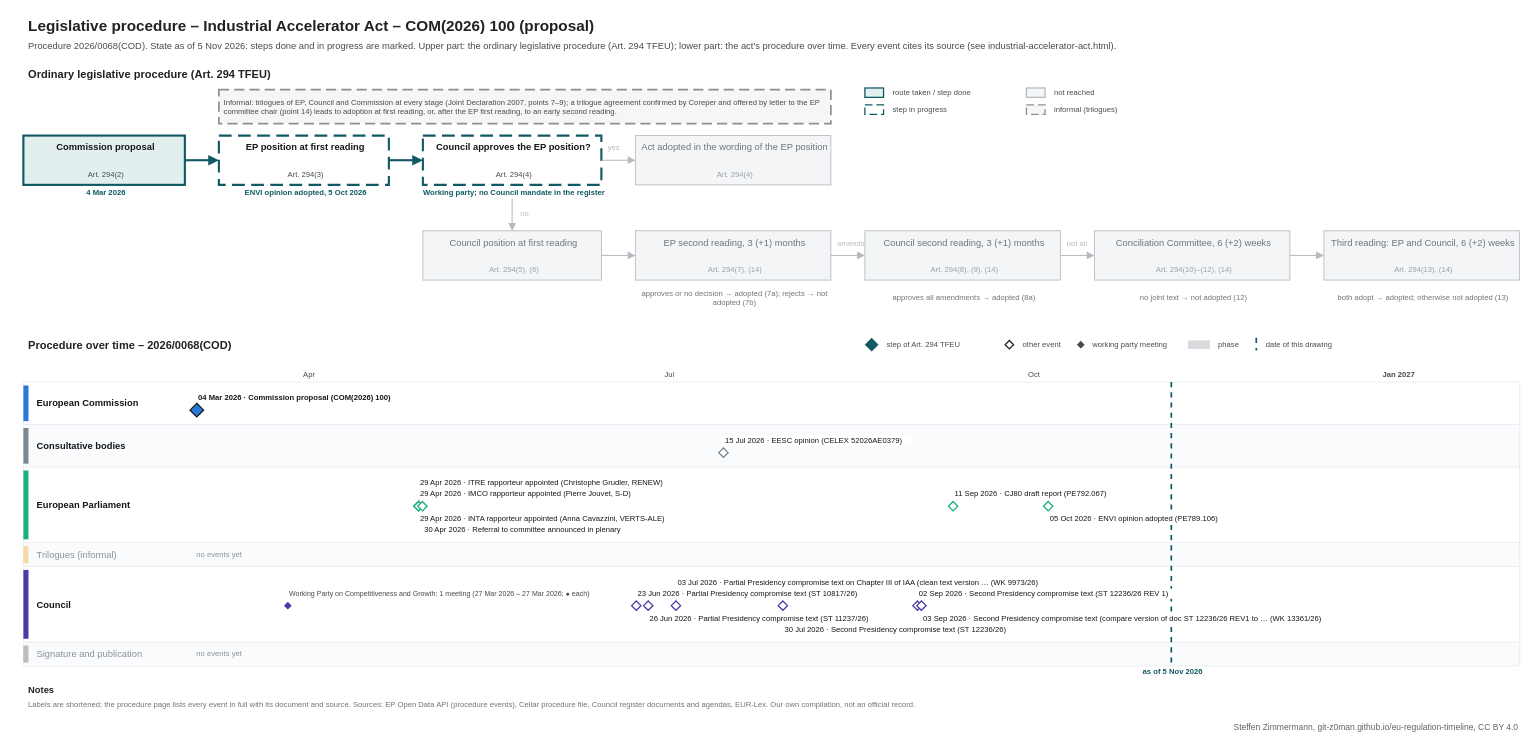
Above: procedures/industrial-accelerator-act.drawio in git-z0man/eu-regulation-timeline (draw.io), before the change. Source tidied: cells renumbered, new cells numbered last; positions are measured from the earlier drawing's top-left corner, leaving out a move shared by most shapes. Both pictures are drawn from the tidied source at 85%, with x=0, y=0 at pixel (14, 14).
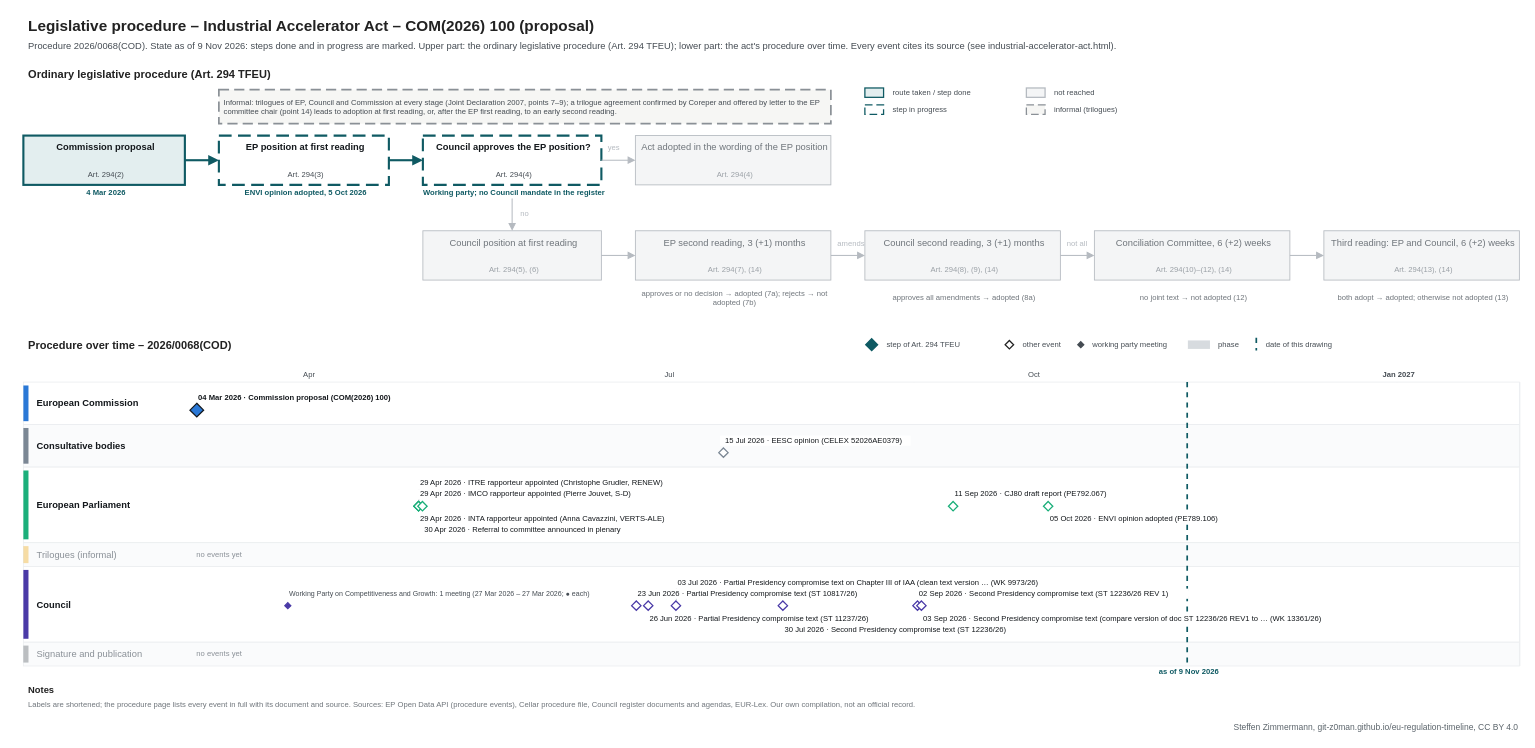
After the change.

Change to the diagram source:
```diff
@@
-    <mxCell id="3" value="Procedure 2026/0068(COD). State as of 5 Nov 2026: steps done and in progress are marked. Upper part: the ordinary legislative procedure (Art. 294 TFEU); lower part: the act's procedure over time. Every event cites its source (see industrial-accelerator-act.html)." style="text;html=1;fontSize=11;fontColor=#454c53;align=left;verticalAlign=middle;spacingLeft=4;" parent="1" vertex="1">
+    <mxCell id="3" value="Procedure 2026/0068(COD). State as of 9 Nov 2026: steps done and in progress are marked. Upper part: the ordinary legislative procedure (Art. 294 TFEU); lower part: the act's procedure over time. Every event cites its source (see industrial-accelerator-act.html)." style="text;html=1;fontSize=11;fontColor=#454c53;align=left;verticalAlign=middle;spacingLeft=4;" parent="1" vertex="1">
       <mxGeometry x="10" y="28" width="1700" height="18" as="geometry" />
     </mxCell>
@@
     <mxCell id="108" style="line;html=1;strokeWidth=2;strokeColor=#0f5a63;direction=south;dashed=1;" parent="1" vertex="1">
-      <mxGeometry x="1360" y="432" width="1" height="334" as="geometry" />
+      <mxGeometry x="1378.7" y="432" width="1" height="334" as="geometry" />
     </mxCell>
-    <mxCell id="109" value="as of 5 Nov 2026" style="text;html=1;fontSize=9;fontColor=#0f5a63;align=center;verticalAlign=middle;spacingLeft=4;fontStyle=1;" parent="1" vertex="1">
-      <mxGeometry x="1300" y="767" width="120" height="12" as="geometry" />
+    <mxCell id="109" value="as of 9 Nov 2026" style="text;html=1;fontSize=9;fontColor=#0f5a63;align=center;verticalAlign=middle;spacingLeft=4;fontStyle=1;" parent="1" vertex="1">
+      <mxGeometry x="1318.7" y="767" width="120" height="12" as="geometry" />
     </mxCell>
```
